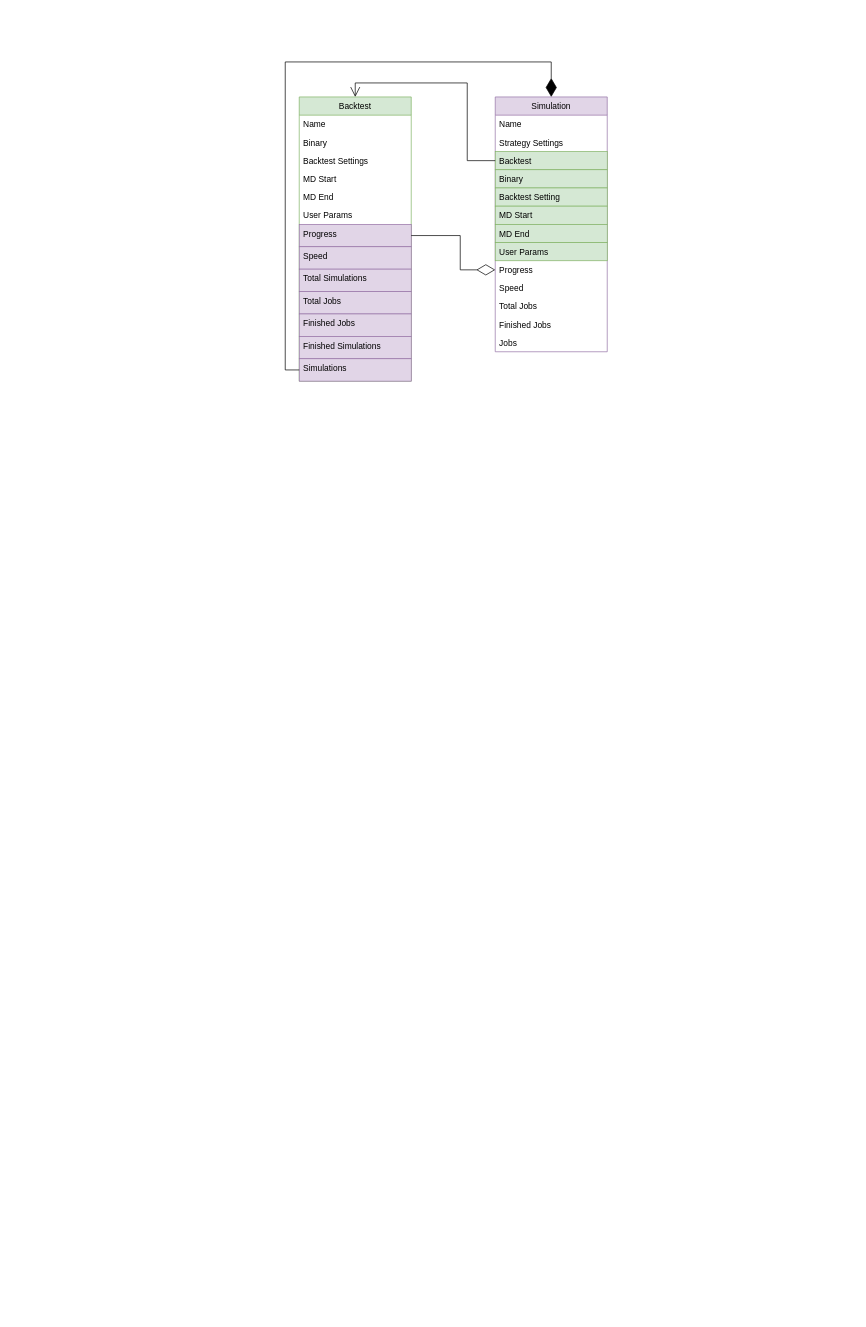
Before: Backtest-Orleans.drawio in aroman35/backtest-unicorn, a draw.io diagram. Source tidied: cells renumbered, new cells numbered last; positions are measured from the earlier drawing's top-left corner, leaving out a move shared by most shapes. Both pictures are drawn from the tidied source at 70%, with x=0, y=0 at pixel (285, 62).
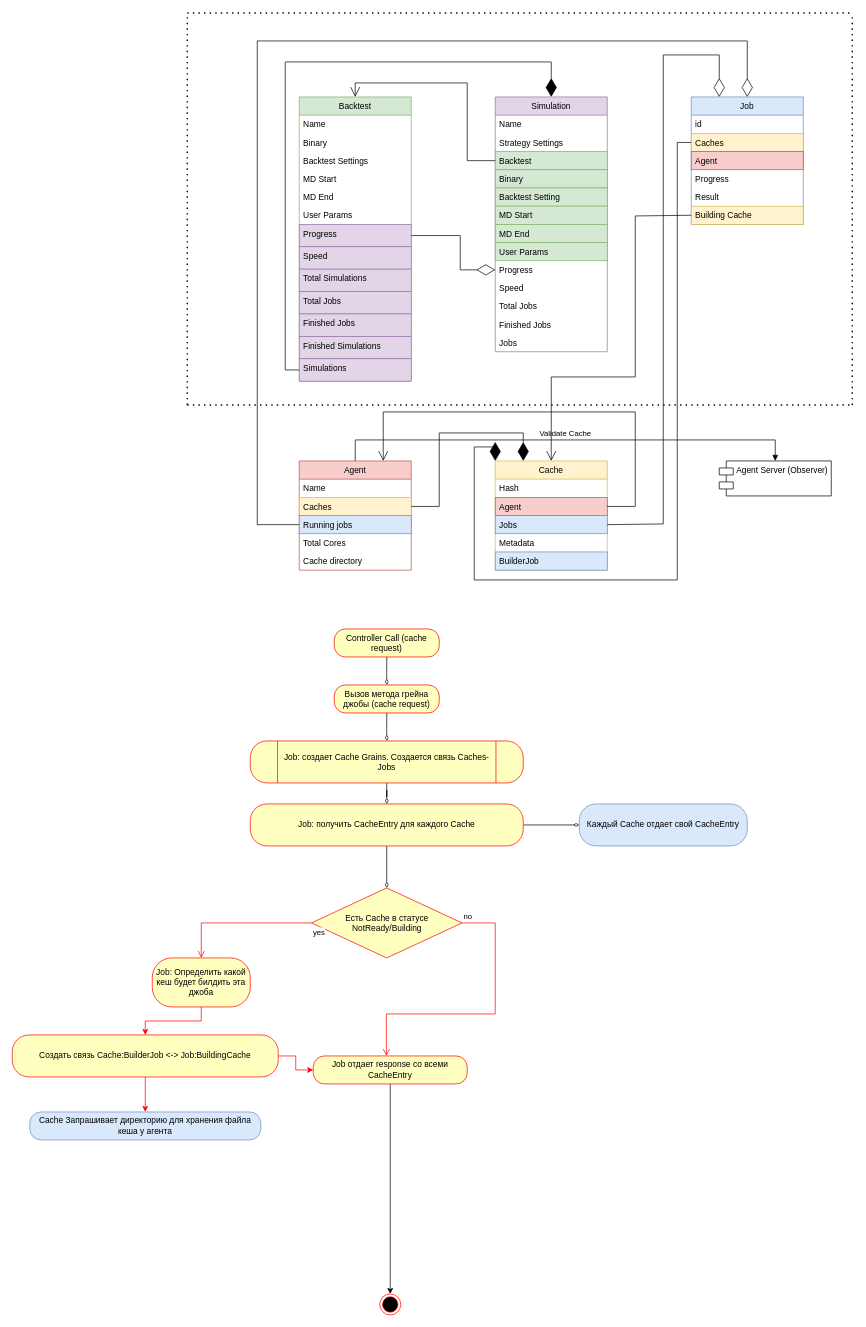
Above is the later version.

The edit, as a diff of the source:
```diff
@@
+    <mxCell id="33" value="Agent" style="swimlane;fontStyle=0;horizontal=1;startSize=26;fillColor=#f8cecc;strokeColor=#b85450;" parent="1" vertex="1">
+      <mxGeometry x="20" y="570" width="160" height="156" as="geometry" />
+    </mxCell>
+    <mxCell id="34" value="Name" style="text;strokeColor=none;fillColor=none;align=left;verticalAlign=top;spacingLeft=4;spacingRight=4;overflow=hidden;" parent="33" vertex="1">
+      <mxGeometry y="26" width="160" height="26" as="geometry" />
+    </mxCell>
+    <mxCell id="35" value="Caches" style="text;strokeColor=#d6b656;fillColor=#fff2cc;align=left;verticalAlign=top;spacingLeft=4;spacingRight=4;overflow=hidden;points=[[0,0.5],[1,0.5]];portConstraint=eastwest;" parent="33" vertex="1">
+      <mxGeometry y="52" width="160" height="26" as="geometry" />
+    </mxCell>
+    <mxCell id="36" value="Running jobs" style="text;strokeColor=#6c8ebf;fillColor=#dae8fc;align=left;verticalAlign=top;spacingLeft=4;spacingRight=4;overflow=hidden;points=[[0,0.5],[1,0.5]];portConstraint=eastwest;" parent="33" vertex="1">
+      <mxGeometry y="78" width="160" height="26" as="geometry" />
+    </mxCell>
+    <mxCell id="37" value="Total Cores" style="text;strokeColor=none;fillColor=none;align=left;verticalAlign=top;spacingLeft=4;spacingRight=4;overflow=hidden;" parent="33" vertex="1">
+      <mxGeometry y="104" width="160" height="26" as="geometry" />
+    </mxCell>
+    <mxCell id="38" value="Cache directory" style="text;strokeColor=none;fillColor=none;align=left;verticalAlign=top;spacingLeft=4;spacingRight=4;overflow=hidden;" parent="33" vertex="1">
+      <mxGeometry y="130" width="160" height="26" as="geometry" />
+    </mxCell>
+    <mxCell id="39" value="Cache" style="swimlane;fontStyle=0;horizontal=1;startSize=26;fillColor=#fff2cc;strokeColor=#d6b656;" parent="1" vertex="1">
+      <mxGeometry x="300" y="570" width="160" height="156" as="geometry" />
+    </mxCell>
+    <mxCell id="40" value="Hash" style="text;strokeColor=none;fillColor=none;align=left;verticalAlign=top;spacingLeft=4;spacingRight=4;overflow=hidden;" parent="39" vertex="1">
+      <mxGeometry y="26" width="160" height="26" as="geometry" />
+    </mxCell>
+    <mxCell id="41" value="Agent" style="text;strokeColor=#b85450;fillColor=#f8cecc;align=left;verticalAlign=top;spacingLeft=4;spacingRight=4;overflow=hidden;points=[[0,0.5],[1,0.5]];portConstraint=eastwest;" parent="39" vertex="1">
+      <mxGeometry y="52" width="160" height="26" as="geometry" />
+    </mxCell>
+    <mxCell id="42" value="Jobs" style="text;strokeColor=#6c8ebf;fillColor=#dae8fc;align=left;verticalAlign=top;spacingLeft=4;spacingRight=4;overflow=hidden;points=[[0,0.5],[1,0.5]];portConstraint=eastwest;" parent="39" vertex="1">
+      <mxGeometry y="78" width="160" height="26" as="geometry" />
+    </mxCell>
+    <mxCell id="43" value="Metadata" style="text;strokeColor=none;fillColor=none;align=left;verticalAlign=top;spacingLeft=4;spacingRight=4;overflow=hidden;" parent="39" vertex="1">
+      <mxGeometry y="104" width="160" height="26" as="geometry" />
+    </mxCell>
+    <mxCell id="44" value="BuilderJob" style="text;strokeColor=#6c8ebf;fillColor=#dae8fc;align=left;verticalAlign=top;spacingLeft=4;spacingRight=4;overflow=hidden;" parent="39" vertex="1">
+      <mxGeometry y="130" width="160" height="26" as="geometry" />
+    </mxCell>
+    <mxCell id="45" value="Job" style="swimlane;fontStyle=0;horizontal=1;startSize=26;fillColor=#dae8fc;strokeColor=#6c8ebf;" parent="1" vertex="1">
+      <mxGeometry x="580" y="50" width="160" height="182" as="geometry" />
+    </mxCell>
+    <mxCell id="46" value="id" style="text;strokeColor=none;fillColor=none;align=left;verticalAlign=top;spacingLeft=4;spacingRight=4;overflow=hidden;" parent="45" vertex="1">
+      <mxGeometry y="26" width="160" height="26" as="geometry" />
+    </mxCell>
+    <mxCell id="47" value="Caches" style="text;strokeColor=#d6b656;fillColor=#fff2cc;align=left;verticalAlign=top;spacingLeft=4;spacingRight=4;overflow=hidden;points=[[0,0.5],[1,0.5]];portConstraint=eastwest;" parent="45" vertex="1">
+      <mxGeometry y="52" width="160" height="26" as="geometry" />
+    </mxCell>
+    <mxCell id="48" value="Agent" style="text;strokeColor=#b85450;fillColor=#f8cecc;align=left;verticalAlign=top;spacingLeft=4;spacingRight=4;overflow=hidden;" parent="45" vertex="1">
+      <mxGeometry y="78" width="160" height="26" as="geometry" />
+    </mxCell>
+    <mxCell id="49" value="Progress" style="text;align=left;verticalAlign=top;spacingLeft=4;spacingRight=4;overflow=hidden;" parent="45" vertex="1">
+      <mxGeometry y="104" width="160" height="26" as="geometry" />
+    </mxCell>
+    <mxCell id="50" value="Result" style="text;align=left;verticalAlign=top;spacingLeft=4;spacingRight=4;overflow=hidden;" parent="45" vertex="1">
+      <mxGeometry y="130" width="160" height="26" as="geometry" />
+    </mxCell>
+    <mxCell id="51" value="Building Cache" style="text;align=left;verticalAlign=top;spacingLeft=4;spacingRight=4;overflow=hidden;points=[[0,0.5],[1,0.5]];portConstraint=eastwest;fillColor=#fff2cc;strokeColor=#d6b656;" parent="45" vertex="1">
+      <mxGeometry y="156" width="160" height="26" as="geometry" />
+    </mxCell>
+    <mxCell id="52" style="endArrow=diamondThin;endFill=1;endSize=24;html=1;rounded=0;exitX=1;exitY=0.5;exitDx=0;exitDy=0;entryX=0.25;entryY=0;entryDx=0;entryDy=0;" parent="1" edge="1" source="35" target="39">
+      <mxGeometry relative="1" as="geometry">
+        <Array as="points">
+          <mxPoint x="220" y="635" />
+          <mxPoint x="220" y="530" />
+          <mxPoint x="340" y="530" />
+        </Array>
+      </mxGeometry>
+    </mxCell>
+    <mxCell id="53" style="endArrow=open;endFill=1;endSize=12;html=1;rounded=0;exitX=1;exitY=0.5;exitDx=0;exitDy=0;entryX=0.75;entryY=0;entryDx=0;entryDy=0;" parent="1" edge="1" source="41" target="33">
+      <mxGeometry relative="1" as="geometry">
+        <Array as="points">
+          <mxPoint x="500" y="635" />
+          <mxPoint x="500" y="500" />
+          <mxPoint x="140" y="500" />
+        </Array>
+      </mxGeometry>
+    </mxCell>
+    <mxCell id="54" style="endArrow=diamondThin;endFill=0;endSize=24;html=1;rounded=0;exitX=0;exitY=0.5;exitDx=0;exitDy=0;entryX=0.5;entryY=0;entryDx=0;entryDy=0;" parent="1" edge="1" source="36" target="45">
+      <mxGeometry relative="1" as="geometry">
+        <Array as="points">
+          <mxPoint x="-40" y="661" />
+          <mxPoint x="-40" y="-30" />
+          <mxPoint x="660" y="-30" />
+        </Array>
+      </mxGeometry>
+    </mxCell>
+    <mxCell id="55" style="endArrow=diamondThin;endFill=0;endSize=24;html=1;rounded=0;exitX=1;exitY=0.5;exitDx=0;exitDy=0;entryX=0.25;entryY=0;entryDx=0;entryDy=0;" parent="1" edge="1" source="42" target="45">
+      <mxGeometry relative="1" as="geometry">
+        <Array as="points">
+          <mxPoint x="540" y="660" />
+          <mxPoint x="540" y="-10" />
+          <mxPoint x="620" y="-10" />
+        </Array>
+      </mxGeometry>
+    </mxCell>
+    <mxCell id="56" style="endArrow=none;dashed=1;html=1;dashPattern=1 3;strokeWidth=2;rounded=0;" parent="1" edge="1">
+      <mxGeometry relative="1" as="geometry">
+        <mxPoint x="-140" y="490" as="sourcePoint" />
+        <mxPoint x="-140" y="-70" as="targetPoint" />
+      </mxGeometry>
+    </mxCell>
+    <mxCell id="57" style="endArrow=none;dashed=1;html=1;dashPattern=1 3;strokeWidth=2;rounded=0;" parent="1" edge="1">
+      <mxGeometry relative="1" as="geometry">
+        <mxPoint x="-140" y="490" as="sourcePoint" />
+        <mxPoint x="810" y="490" as="targetPoint" />
+      </mxGeometry>
+    </mxCell>
+    <mxCell id="58" style="endArrow=none;dashed=1;html=1;dashPattern=1 3;strokeWidth=2;rounded=0;" parent="1" edge="1">
+      <mxGeometry relative="1" as="geometry">
+        <mxPoint x="-140" y="-70" as="sourcePoint" />
+        <mxPoint x="810" y="-70" as="targetPoint" />
+      </mxGeometry>
+    </mxCell>
+    <mxCell id="59" style="endArrow=none;dashed=1;html=1;dashPattern=1 3;strokeWidth=2;rounded=0;" parent="1" edge="1">
+      <mxGeometry relative="1" as="geometry">
+        <mxPoint x="810" y="490" as="sourcePoint" />
+        <mxPoint x="810" y="-70" as="targetPoint" />
+      </mxGeometry>
+    </mxCell>
+    <mxCell id="60" style="endArrow=diamondThin;endFill=1;endSize=24;html=1;rounded=0;exitX=0;exitY=0.5;exitDx=0;exitDy=0;entryX=0;entryY=0;entryDx=0;entryDy=0;" parent="1" edge="1" source="47" target="39">
+      <mxGeometry relative="1" as="geometry">
+        <Array as="points">
+          <mxPoint x="560" y="115" />
+          <mxPoint x="560" y="740" />
+          <mxPoint x="270" y="740" />
+          <mxPoint x="270" y="550" />
+          <mxPoint x="300" y="550" />
+        </Array>
+      </mxGeometry>
+    </mxCell>
+    <mxCell id="61" style="edgeStyle=orthogonalEdgeStyle;rounded=0;jettySize=auto;html=1;endArrow=diamondThin;endFill=0;" parent="1" edge="1" source="62" target="67">
+      <mxGeometry relative="1" as="geometry" />
+    </mxCell>
+    <mxCell id="62" value="Controller Call (cache request)" style="rounded=1;whiteSpace=wrap;html=1;arcSize=40;fontColor=#000000;fillColor=#ffffc0;strokeColor=#ff0000;" parent="1" vertex="1">
+      <mxGeometry x="70" y="810" width="150" height="40" as="geometry" />
+    </mxCell>
+    <mxCell id="63" value="Agent Server (Observer)" style="shape=module;align=left;spacingLeft=20;align=center;verticalAlign=top;" parent="1" vertex="1">
+      <mxGeometry x="620" y="570" width="160" height="50" as="geometry" />
+    </mxCell>
+    <mxCell id="64" value="Validate Cache" style="html=1;verticalAlign=bottom;endArrow=block;rounded=0;exitX=0.5;exitY=0;exitDx=0;exitDy=0;entryX=0.5;entryY=0;entryDx=0;entryDy=0;" parent="1" edge="1" source="33" target="63">
+      <mxGeometry relative="1" as="geometry">
+        <Array as="points">
+          <mxPoint x="100" y="540" />
+          <mxPoint x="420" y="540" />
+          <mxPoint x="700" y="540" />
+        </Array>
+      </mxGeometry>
+    </mxCell>
+    <mxCell id="65" style="endArrow=open;endFill=1;endSize=12;html=1;rounded=0;exitX=0;exitY=0.5;exitDx=0;exitDy=0;" parent="1" edge="1" source="51" target="39">
+      <mxGeometry relative="1" as="geometry">
+        <Array as="points">
+          <mxPoint x="500" y="220" />
+          <mxPoint x="500" y="450" />
+          <mxPoint x="380" y="450" />
+        </Array>
+      </mxGeometry>
+    </mxCell>
+    <mxCell id="66" style="edgeStyle=orthogonalEdgeStyle;rounded=0;jettySize=auto;html=1;endArrow=diamondThin;endFill=0;" parent="1" edge="1" source="67" target="69">
+      <mxGeometry relative="1" as="geometry" />
+    </mxCell>
+    <mxCell id="67" value="Вызов метода грейна джобы (cache request)" style="rounded=1;whiteSpace=wrap;html=1;arcSize=40;fontColor=#000000;fillColor=#ffffc0;strokeColor=#ff0000;" parent="1" vertex="1">
+      <mxGeometry x="70" y="890" width="150" height="40" as="geometry" />
+    </mxCell>
+    <mxCell id="68" style="edgeStyle=orthogonalEdgeStyle;rounded=0;jettySize=auto;html=1;endArrow=diamondThin;endFill=0;" parent="1" edge="1" source="69" target="72">
+      <mxGeometry relative="1" as="geometry" />
+    </mxCell>
+    <mxCell id="69" value="Job: создает Cache Grains. Создается связь Caches-Jobs" style="shape=process;whiteSpace=wrap;html=1;backgroundOutline=1;fillColor=#ffffc0;strokeColor=#ff0000;fontColor=#000000;rounded=1;arcSize=40;" parent="1" vertex="1">
+      <mxGeometry x="-50" y="970" width="390" height="60" as="geometry" />
+    </mxCell>
+    <mxCell id="70" style="edgeStyle=orthogonalEdgeStyle;rounded=0;jettySize=auto;html=1;endArrow=diamondThin;endFill=0;" parent="1" edge="1" source="72" target="73">
+      <mxGeometry relative="1" as="geometry" />
+    </mxCell>
+    <mxCell id="71" style="edgeStyle=orthogonalEdgeStyle;rounded=0;jettySize=auto;html=1;endArrow=diamondThin;endFill=0;" parent="1" edge="1" source="72" target="78">
+      <mxGeometry relative="1" as="geometry" />
+    </mxCell>
+    <mxCell id="72" value="Job: получить CacheEntry для каждого Cache" style="whiteSpace=wrap;html=1;fillColor=#ffffc0;strokeColor=#ff0000;fontColor=#000000;rounded=1;arcSize=40;" parent="1" vertex="1">
+      <mxGeometry x="-50" y="1060" width="390" height="60" as="geometry" />
+    </mxCell>
+    <mxCell id="73" value="Есть Cache в статусе NotReady/Building" style="rhombus;whiteSpace=wrap;html=1;fillColor=#ffffc0;strokeColor=#ff0000;" parent="1" vertex="1">
+      <mxGeometry x="37.5" y="1180" width="215" height="100" as="geometry" />
+    </mxCell>
+    <mxCell id="74" value="no" style="edgeStyle=orthogonalEdgeStyle;html=1;align=left;verticalAlign=bottom;endArrow=open;endSize=8;strokeColor=#ff0000;rounded=0;entryX=0.475;entryY=0.002;entryDx=0;entryDy=0;entryPerimeter=0;" parent="1" edge="1" source="73" target="77">
+      <mxGeometry x="-1" relative="1" as="geometry">
+        <Array as="points">
+          <mxPoint x="300" y="1230" />
+          <mxPoint x="300" y="1360" />
+          <mxPoint x="145" y="1360" />
+        </Array>
+      </mxGeometry>
+    </mxCell>
+    <mxCell id="75" value="yes" style="edgeStyle=orthogonalEdgeStyle;html=1;align=left;verticalAlign=top;endArrow=open;endSize=8;strokeColor=#ff0000;rounded=0;entryX=0.5;entryY=0;entryDx=0;entryDy=0;" parent="1" edge="1" source="73" target="81">
+      <mxGeometry x="-1" relative="1" as="geometry">
+        <Array as="points">
+          <mxPoint x="-120" y="1230" />
+        </Array>
+      </mxGeometry>
+    </mxCell>
+    <mxCell id="76" style="edgeStyle=orthogonalEdgeStyle;rounded=0;jettySize=auto;html=1;endArrow=classic;endFill=1;" parent="1" edge="1" source="77" target="79">
+      <mxGeometry relative="1" as="geometry" />
+    </mxCell>
+    <mxCell id="77" value="Job отдает response со всеми CacheEntry" style="rounded=1;whiteSpace=wrap;html=1;arcSize=40;fontColor=#000000;fillColor=#ffffc0;strokeColor=#ff0000;" parent="1" vertex="1">
+      <mxGeometry x="40" y="1420" width="220" height="40" as="geometry" />
+    </mxCell>
+    <mxCell id="78" value="Каждый Cache отдает свой CacheEntry" style="whiteSpace=wrap;html=1;fillColor=#dae8fc;strokeColor=#6c8ebf;rounded=1;arcSize=40;" parent="1" vertex="1">
+      <mxGeometry x="420" y="1060" width="240" height="60" as="geometry" />
+    </mxCell>
+    <mxCell id="79" style="ellipse;html=1;shape=endState;fillColor=#000000;strokeColor=#ff0000;" parent="1" vertex="1">
+      <mxGeometry x="135" y="1760" width="30" height="30" as="geometry" />
+    </mxCell>
+    <mxCell id="80" style="edgeStyle=orthogonalEdgeStyle;rounded=0;jettySize=auto;html=1;endArrow=classic;endFill=1;strokeColor=#FF0000;" parent="1" edge="1" source="81" target="84">
+      <mxGeometry relative="1" as="geometry" />
+    </mxCell>
+    <mxCell id="81" value="Job: Определить какой кеш будет билдить эта джоба" style="rounded=1;whiteSpace=wrap;html=1;arcSize=40;fontColor=#000000;fillColor=#ffffc0;strokeColor=#ff0000;" parent="1" vertex="1">
+      <mxGeometry x="-190" y="1280" width="140" height="70" as="geometry" />
+    </mxCell>
+    <mxCell id="82" style="edgeStyle=orthogonalEdgeStyle;rounded=0;jettySize=auto;html=1;endArrow=classic;endFill=1;strokeColor=#FF0000;" parent="1" edge="1" source="84" target="77">
+      <mxGeometry relative="1" as="geometry" />
+    </mxCell>
+    <mxCell id="83" style="edgeStyle=orthogonalEdgeStyle;rounded=0;jettySize=auto;html=1;endArrow=classic;endFill=1;strokeColor=#FF0000;" parent="1" edge="1" source="84" target="85">
+      <mxGeometry relative="1" as="geometry" />
+    </mxCell>
+    <mxCell id="84" value="Создать связь Cache:BuilderJob &amp;lt;-&amp;gt; Job:BuildingCache" style="rounded=1;whiteSpace=wrap;html=1;fillColor=#ffffc0;strokeColor=#ff0000;fontColor=#000000;arcSize=40;" parent="1" vertex="1">
+      <mxGeometry x="-390" y="1390" width="380" height="60" as="geometry" />
+    </mxCell>
+    <mxCell id="85" value="Cache Запрашивает директорию для хранения файла кеша у агента" style="rounded=1;whiteSpace=wrap;html=1;arcSize=40;fillColor=#dae8fc;strokeColor=#6c8ebf;" parent="1" vertex="1">
+      <mxGeometry x="-365" y="1500" width="330" height="40" as="geometry" />
+    </mxCell>
```
